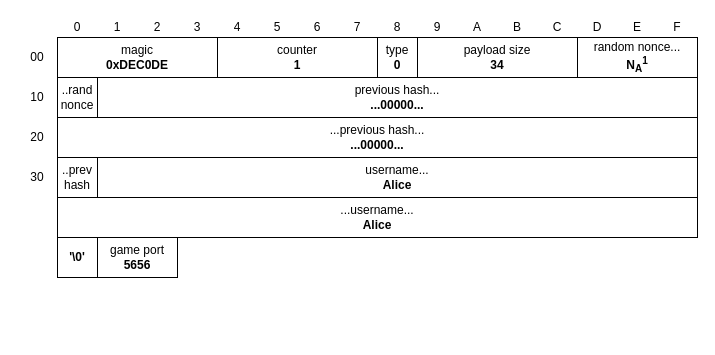
The draw.io diagram page "CLIENT_HELLO" (2 of 4) of diagrams/messages.drawio in SpeedJack/foc-fiar, before the edit. Source tidied: cells renumbered, new cells numbered last; positions are measured from the earlier drawing's top-left corner, leaving out a move shared by most shapes. Both pictures are drawn from the tidied source at 100%, with x=0, y=0 at pixel (17, 17).
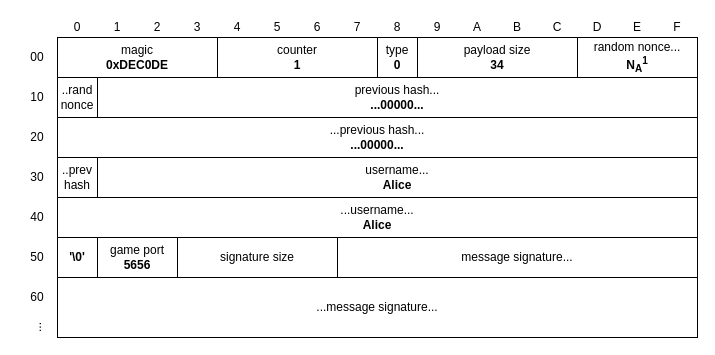
Above is the later version.

Commit message:
Add Alice DHKEY format

Diff of the diagram source:
```diff
@@
+    <mxCell id="35" value="signature size&lt;br&gt;&lt;b&gt;&lt;/b&gt;" style="rounded=0;whiteSpace=wrap;html=1;" parent="1" vertex="1">
+      <mxGeometry x="160" y="220" width="160" height="40" as="geometry" />
+    </mxCell>
+    <mxCell id="36" value="message signature..." style="rounded=0;whiteSpace=wrap;html=1;" parent="1" vertex="1">
+      <mxGeometry x="320" y="220" width="360" height="40" as="geometry" />
+    </mxCell>
+    <mxCell id="37" value="...message signature..." style="rounded=0;whiteSpace=wrap;html=1;" parent="1" vertex="1">
+      <mxGeometry x="40" y="260" width="640" height="60" as="geometry" />
+    </mxCell>
+    <mxCell id="38" value="40" style="text;html=1;strokeColor=none;fillColor=none;align=center;verticalAlign=middle;whiteSpace=wrap;rounded=0;" parent="1" vertex="1">
+      <mxGeometry y="190" width="40" height="20" as="geometry" />
+    </mxCell>
+    <mxCell id="39" value="50" style="text;html=1;strokeColor=none;fillColor=none;align=center;verticalAlign=middle;whiteSpace=wrap;rounded=0;" parent="1" vertex="1">
+      <mxGeometry y="230" width="40" height="20" as="geometry" />
+    </mxCell>
+    <mxCell id="40" value="60" style="text;html=1;strokeColor=none;fillColor=none;align=center;verticalAlign=middle;whiteSpace=wrap;rounded=0;" parent="1" vertex="1">
+      <mxGeometry y="270" width="40" height="20" as="geometry" />
+    </mxCell>
+    <mxCell id="41" value="..." style="text;html=1;strokeColor=none;fillColor=none;align=center;verticalAlign=middle;whiteSpace=wrap;rounded=0;horizontal=0;" parent="1" vertex="1">
+      <mxGeometry y="300" width="40" height="20" as="geometry" />
+    </mxCell>
```
